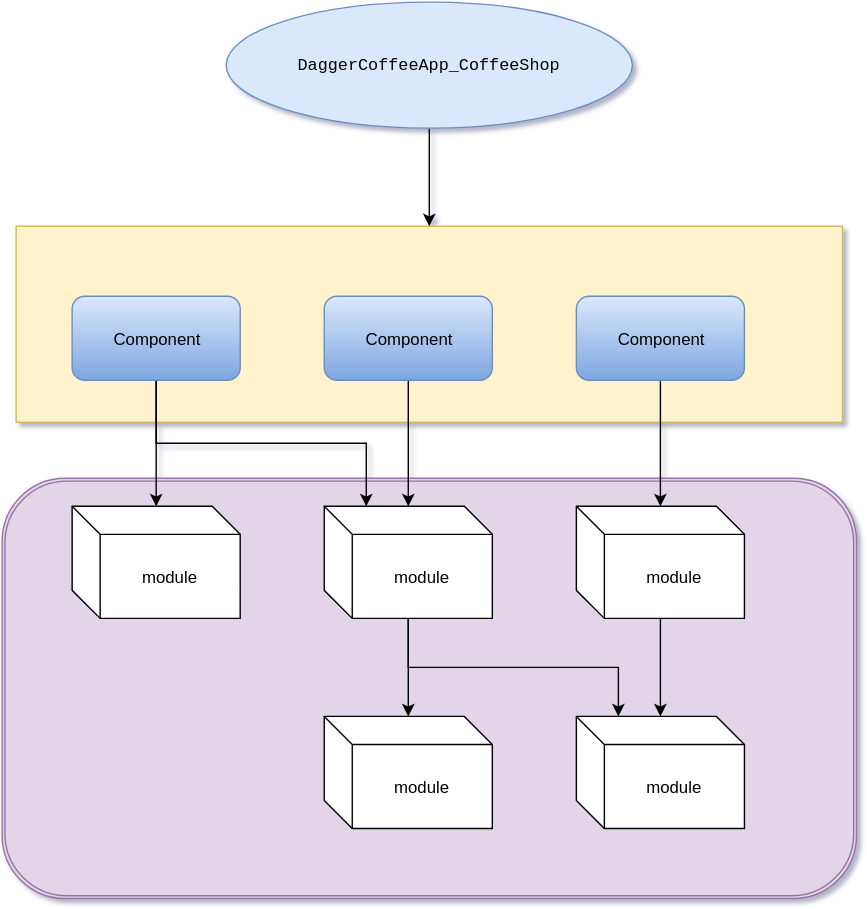
Earlier version of the draw.io export doc/dagger调用层次.svg (Ryan-Miao/l4dagger2). Source tidied: cells renumbered, new cells last; positions are measured from the earlier drawing's top-left corner, leaving out a move shared by most shapes.
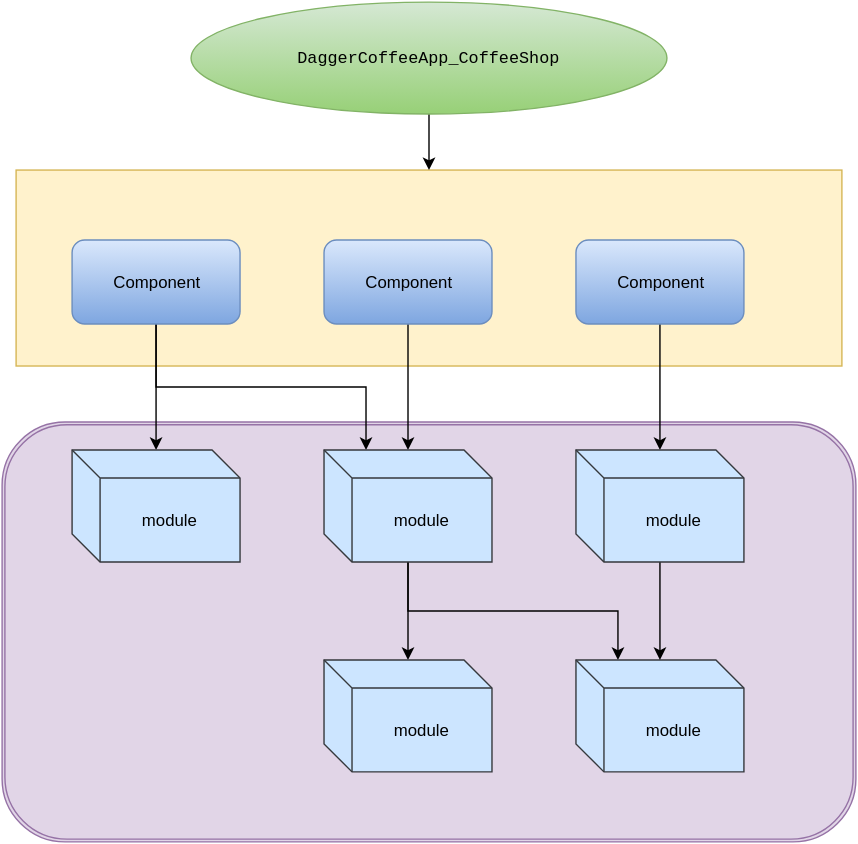
The same file after the commit.

Commit message:
已添加 dagger调用层次.svg

Change to the diagram source:
```diff
@@ -40,29 +40,29 @@
     <mxCell id="12" style="edgeStyle=orthogonalEdgeStyle;rounded=0;html=1;exitX=0.5;exitY=1;entryX=0.25;entryY=0;jettySize=auto;" parent="1" edge="1" source="13" target="16">
       <mxGeometry relative="1" as="geometry" />
     </mxCell>
-    <mxCell id="13" value="module" style="shape=cube;whiteSpace=wrap;html=1;boundedLbl=1;" parent="1" vertex="1">
+    <mxCell id="13" value="module" style="shape=cube;whiteSpace=wrap;html=1;boundedLbl=1;fillColor=#cce5ff;strokeColor=#36393d;" parent="1" vertex="1">
       <mxGeometry x="230" y="360" width="120" height="80" as="geometry" />
     </mxCell>
-    <mxCell id="14" value="module" style="shape=cube;whiteSpace=wrap;html=1;boundedLbl=1;direction=east;" parent="1" vertex="1">
+    <mxCell id="14" value="module" style="shape=cube;whiteSpace=wrap;html=1;boundedLbl=1;direction=east;fillColor=#cce5ff;strokeColor=#36393d;" parent="1" vertex="1">
       <mxGeometry x="50" y="360" width="120" height="80" as="geometry" />
     </mxCell>
-    <mxCell id="15" value="module" style="shape=cube;whiteSpace=wrap;html=1;boundedLbl=1;" parent="1" vertex="1">
+    <mxCell id="15" value="module" style="shape=cube;whiteSpace=wrap;html=1;boundedLbl=1;fillColor=#cce5ff;strokeColor=#36393d;" parent="1" vertex="1">
       <mxGeometry x="230" y="510" width="120" height="80" as="geometry" />
     </mxCell>
-    <mxCell id="16" value="module" style="shape=cube;whiteSpace=wrap;html=1;boundedLbl=1;" parent="1" vertex="1">
+    <mxCell id="16" value="module" style="shape=cube;whiteSpace=wrap;html=1;boundedLbl=1;fillColor=#cce5ff;strokeColor=#36393d;" parent="1" vertex="1">
       <mxGeometry x="410" y="510" width="120" height="80" as="geometry" />
     </mxCell>
     <mxCell id="17" style="edgeStyle=orthogonalEdgeStyle;rounded=0;html=1;exitX=0.5;exitY=1;jettySize=auto;" parent="1" edge="1" source="18" target="16">
       <mxGeometry relative="1" as="geometry" />
     </mxCell>
-    <mxCell id="18" value="module" style="shape=cube;whiteSpace=wrap;html=1;boundedLbl=1;" parent="1" vertex="1">
+    <mxCell id="18" value="module" style="shape=cube;whiteSpace=wrap;html=1;boundedLbl=1;fillColor=#cce5ff;strokeColor=#36393d;" parent="1" vertex="1">
       <mxGeometry x="410" y="360" width="120" height="80" as="geometry" />
     </mxCell>
-    <mxCell id="19" style="edgeStyle=orthogonalEdgeStyle;rounded=0;html=1;exitX=0.5;exitY=1;jettySize=auto;" parent="1" edge="1" source="20" target="3">
+    <mxCell id="19" style="edgeStyle=orthogonalEdgeStyle;rounded=0;html=1;exitX=0.5;exitY=1;entryX=0.5;entryY=0;jettySize=auto;" parent="1" edge="1" source="20" target="3">
       <mxGeometry relative="1" as="geometry" />
     </mxCell>
-    <mxCell id="20" value="&lt;pre&gt;DaggerCoffeeApp_CoffeeShop&lt;/pre&gt;" style="ellipse;whiteSpace=wrap;html=1;fillColor=#dae8fc;strokeColor=#6c8ebf;" parent="1" vertex="1">
-      <mxGeometry x="160" width="290" height="90" as="geometry" />
+    <mxCell id="20" value="&lt;pre&gt;DaggerCoffeeApp_CoffeeShop&lt;/pre&gt;" style="ellipse;whiteSpace=wrap;html=1;fillColor=#d5e8d4;strokeColor=#82b366;gradientColor=#97d077;" parent="1" vertex="1">
+      <mxGeometry x="135" y="40" width="340" height="80" as="geometry" />
     </mxCell>
   </root>
 </mxGraphModel>
```
